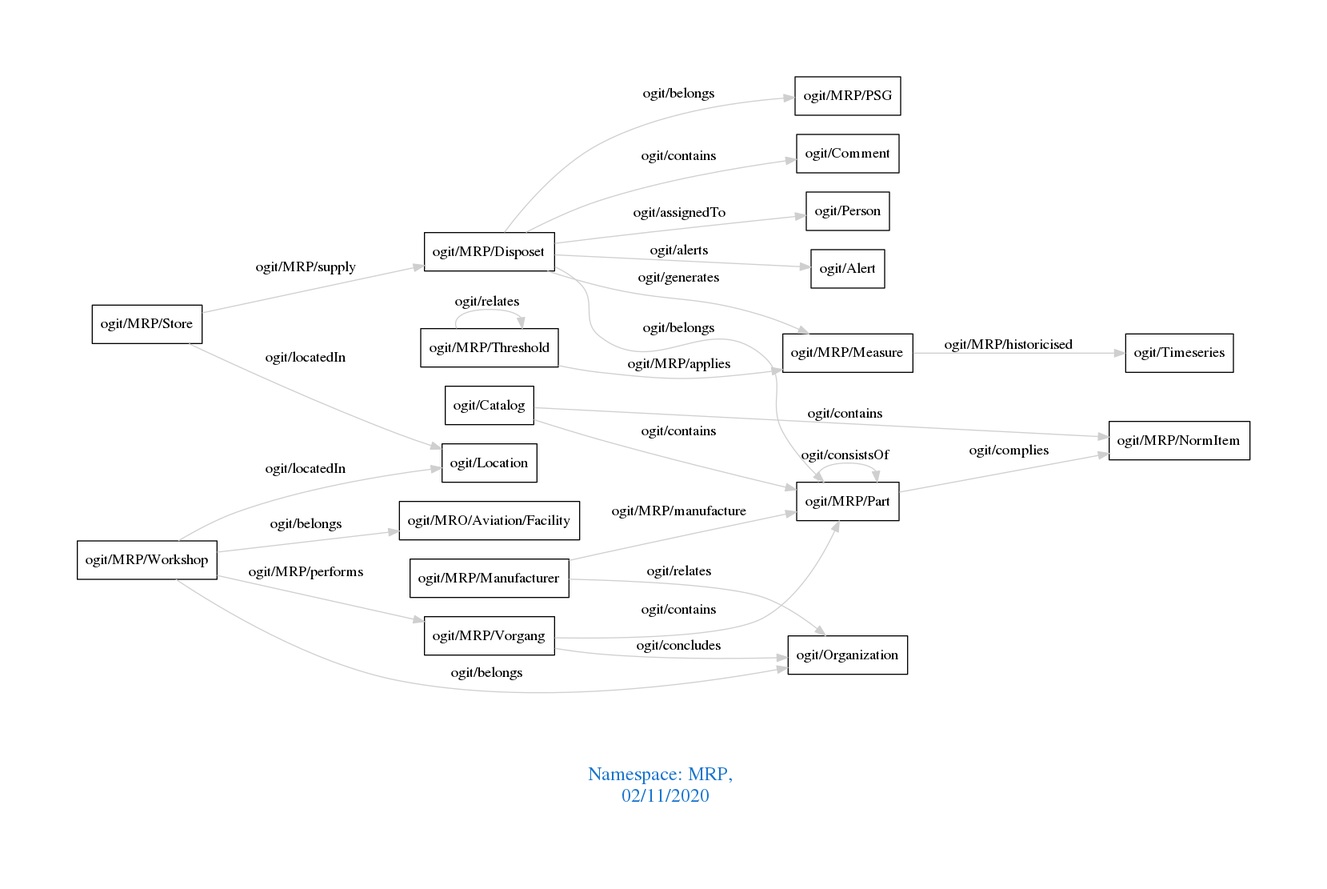
Above: downloads/MRP.png in arago/OGIT (Graphviz), before the change. Its source is kept beside it as downloads/MRP.dot.
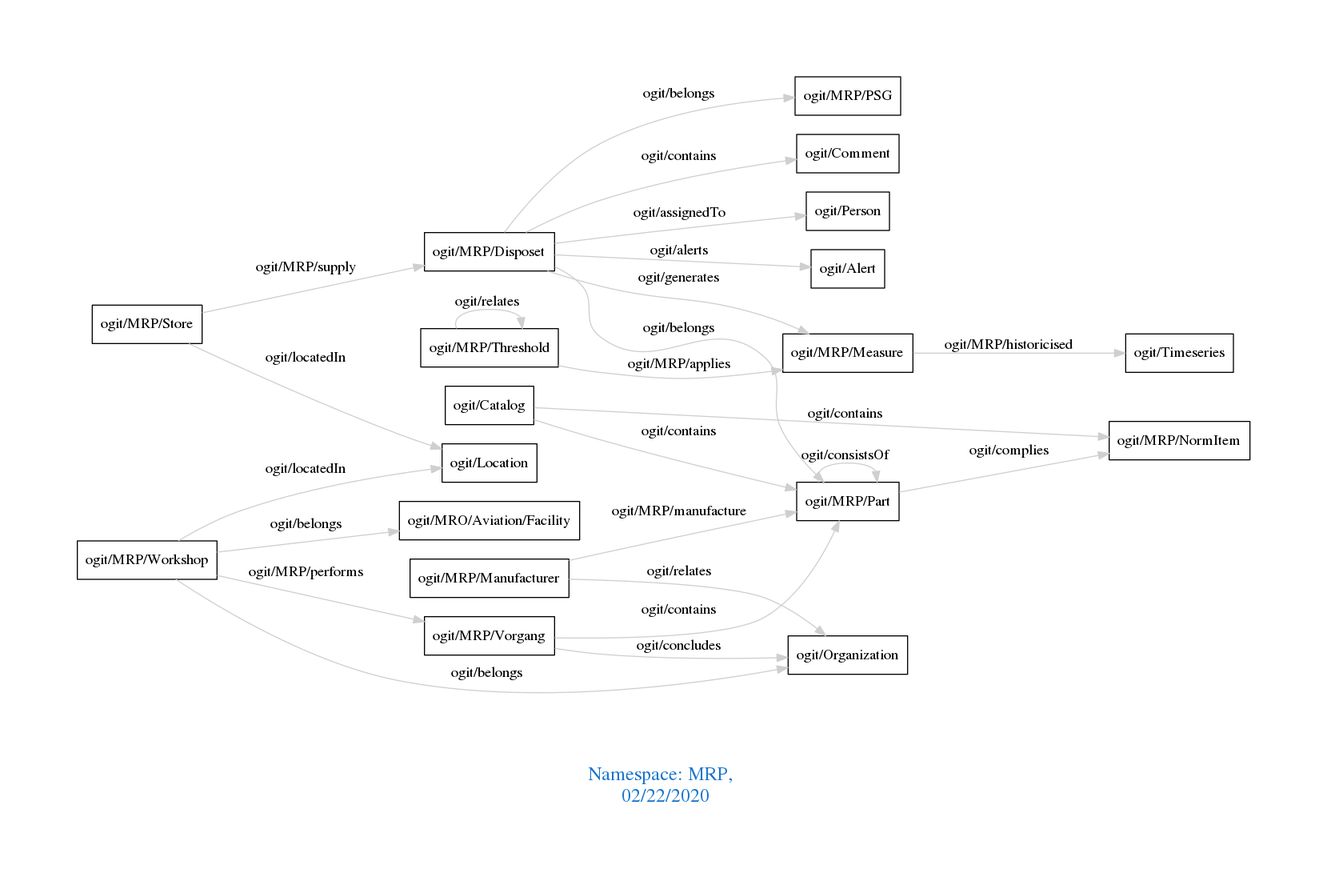
Above is the later version.

Diff of the diagram source:
```diff
@@ -1,7 +1,7 @@
 digraph OGIT_ontology {
  graph [ rankdir= LR,pad=1
 fontsize = 18,
-fontcolor= dodgerblue3,label = "\n\n\nNamespace: MRP, \n 02/11/2020"];
+fontcolor= dodgerblue3,label = "\n\n\nNamespace: MRP, \n 02/22/2020"];
 node[shape=polygon];
 edge [  color="gray81"];
 
```
